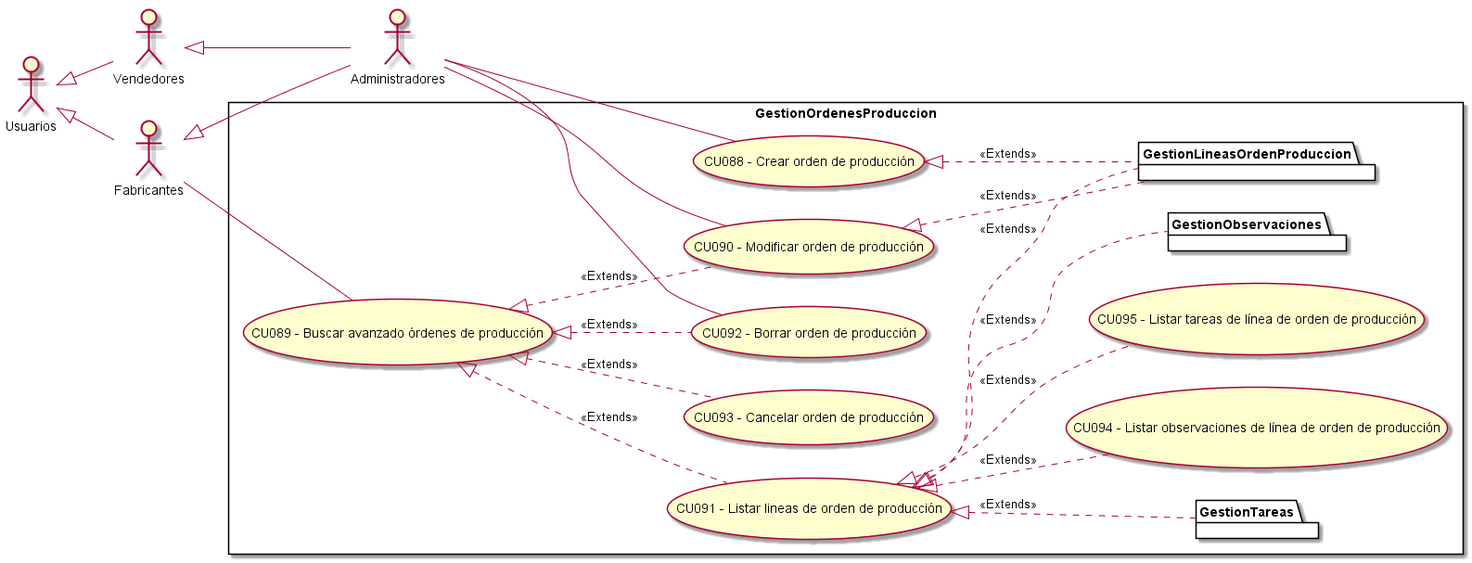
The PlantUML diagram Informe Final/Imagenes/ModeladoDeCasosDeUso/DiagramaDeCasosDeUso/GestionOrdenesProduccion.png in ZMGestion/DocumentacionZMGestion, before a commit.
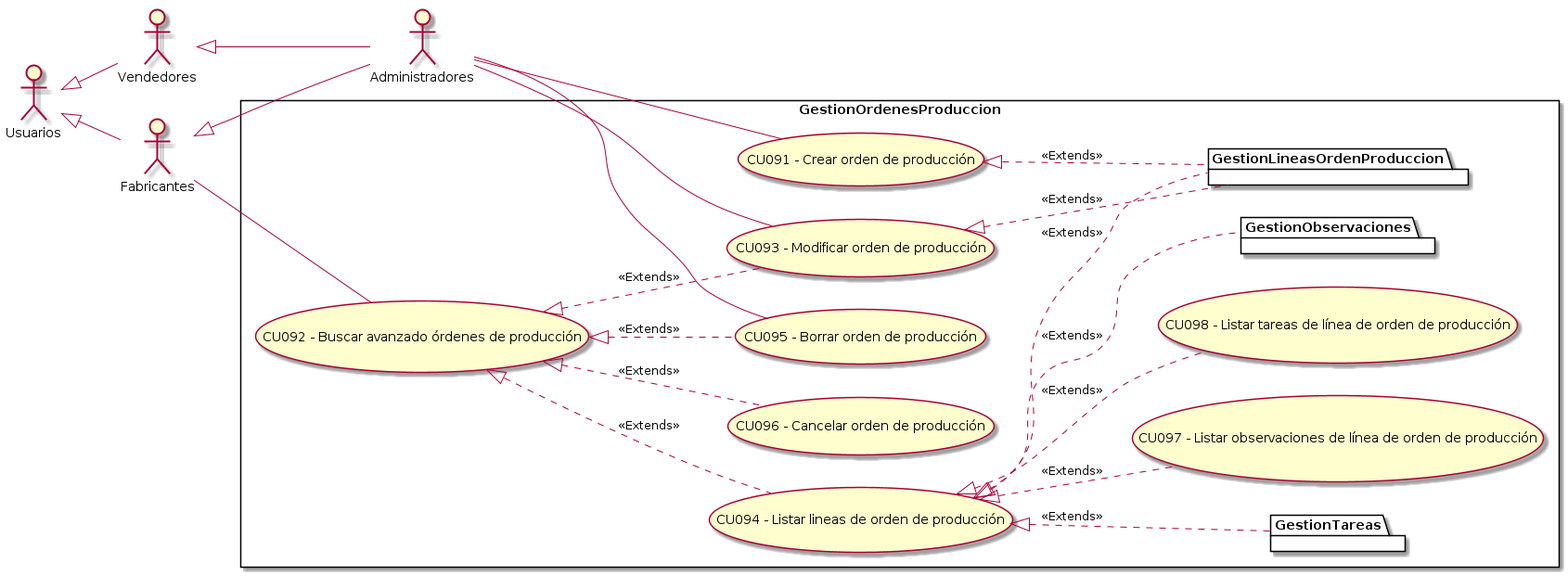
Above is the later version.

Diff of the diagram source:
```diff
@@ -13,14 +13,14 @@
  left to right direction
 
 rectangle GestionOrdenesProduccion{
-    UseCase "CU088 - Crear orden de producción" as C
-    UseCase "CU089 - Buscar avanzado órdenes de producción " as BA
-    UseCase "CU090 - Modificar orden de producción" as M
-    UseCase "CU091 - Listar lineas de orden de producción" as ListarLineas
-    UseCase "CU092 - Borrar orden de producción" as B
-    UseCase "CU093 - Cancelar orden de producción" as Cancelar
-    UseCase "CU094 - Listar observaciones de línea de orden de producción" as ListarObservaciones
-    UseCase "CU095 - Listar tareas de línea de orden de producción" as ListarTareas
+    UseCase "CU091 - Crear orden de producción" as C
+    UseCase "CU092 - Buscar avanzado órdenes de producción " as BA
+    UseCase "CU093 - Modificar orden de producción" as M
+    UseCase "CU094 - Listar lineas de orden de producción" as ListarLineas
+    UseCase "CU095 - Borrar orden de producción" as B
+    UseCase "CU096 - Cancelar orden de producción" as Cancelar
+    UseCase "CU097 - Listar observaciones de línea de orden de producción" as ListarObservaciones
+    UseCase "CU098 - Listar tareas de línea de orden de producción" as ListarTareas
     package GestionLineasOrdenProduccion{
     }
     package GestionObservaciones{
```
